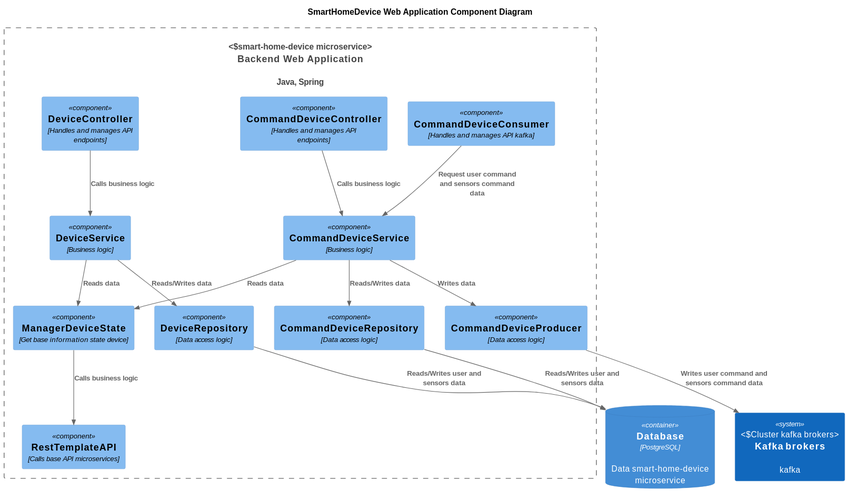
Before: microservices/diagrams/component/Smart-home-device_Component-SmartHomeDevice_Web_Application_Component_Diagram.svg, a diagram exported from PlantUML (pululun/pululun-architecture-sprint-3).
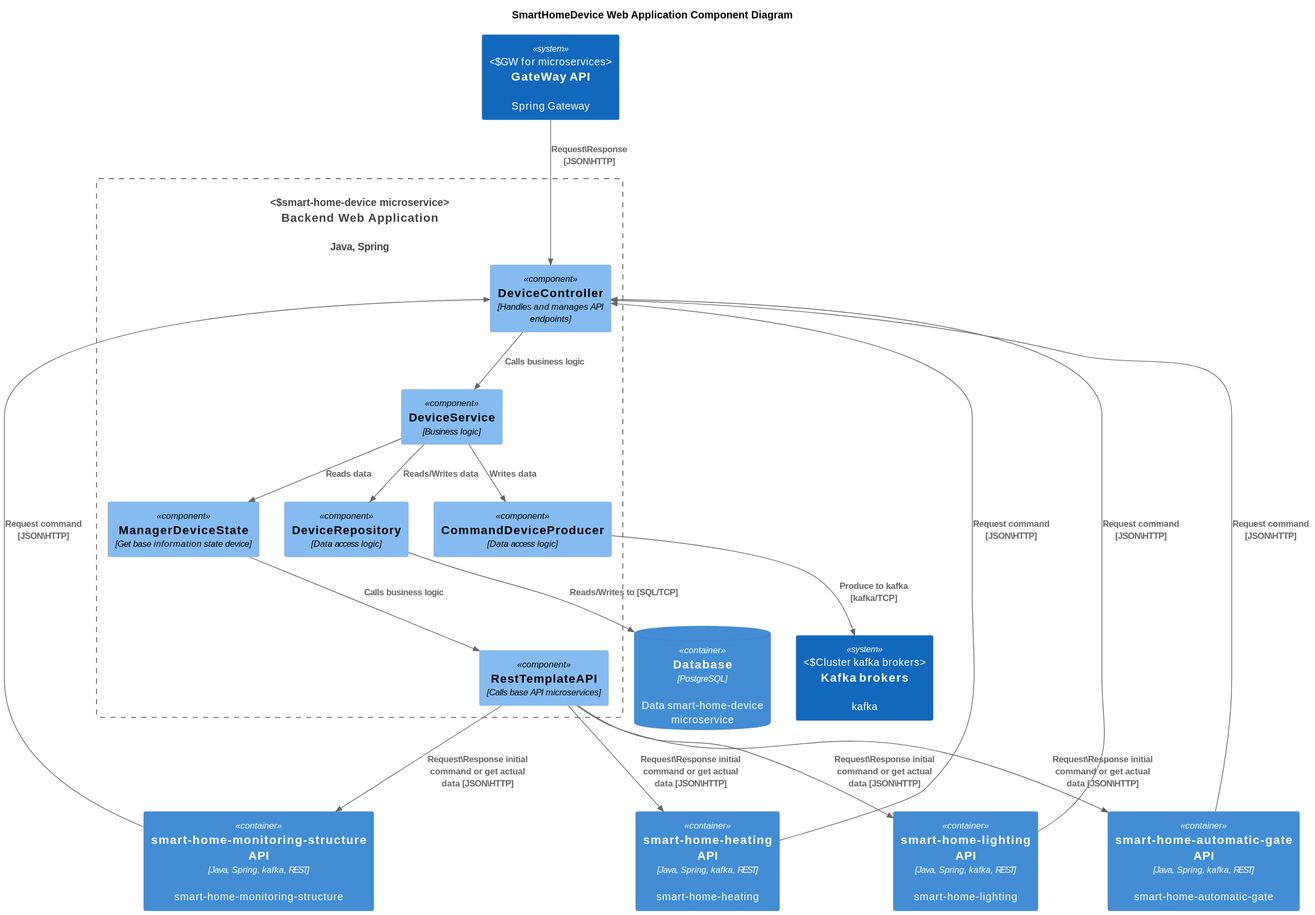
After the commit.

The edit, as a diff of the source:
```diff
@@ -7,16 +7,17 @@
 
 System(WebApp, "Backend Web Application", "Java, Spring", "smart-home-device microservice")
 ContainerDb(Database, "Database", "PostgreSQL", "Data smart-home-device microservice")
+System(gw, "GateWay API", "Spring Gateway", "GW for microservices")
 System(Kafka, "Kafka brokers", "kafka", "Cluster kafka brokers")
+Container(SmartHomeHeating, "smart-home-heating API", "Java, Spring, kafka, REST", "smart-home-heating")
+Container(SmartHomeAutomaticGate, "smart-home-automatic-gate API", "Java, Spring, kafka, REST", "smart-home-automatic-gate")
+Container(SmartHomeMonitoringStructure, "smart-home-monitoring-structure API", "Java, Spring, kafka, REST", "smart-home-monitoring-structure")
+Container(SmartHomeLighting, "smart-home-lighting API", "Java, Spring, kafka, REST", "smart-home-lighting")
 
 Container_Boundary(WebApp, "Backend Web Application") {
   Component(DeviceController, "DeviceController", "Handles and manages API endpoints")
   Component(DeviceService, "DeviceService", "Business logic")
   Component(DeviceRepository, "DeviceRepository", "Data access logic")
-  Component(CommandDeviceController, "CommandDeviceController", "Handles and manages API endpoints")
-  Component(CommandDeviceConsumer, "CommandDeviceConsumer", "Handles and manages API kafka")
-  Component(CommandDeviceService, "CommandDeviceService", "Business logic")
-  Component(CommandDeviceRepository, "CommandDeviceRepository", "Data access logic")
   Component(CommandDeviceProducer, "CommandDeviceProducer", "Data access logic")
   Component(ManagerDeviceState, "ManagerDeviceState", "Get base information state device")
   Component(RestTemplateAPI, "RestTemplateAPI", "Calls base API microservices")
@@ -25,13 +26,17 @@
 Rel(DeviceController,DeviceService,"Calls business logic")
 Rel(ManagerDeviceState,RestTemplateAPI,"Calls business logic")
 Rel(DeviceService,DeviceRepository,"Reads/Writes data")
-Rel(CommandDeviceService,ManagerDeviceState,"Reads data")
-Rel(DeviceRepository,Database,"Reads/Writes user and sensors data")
-Rel(CommandDeviceController,CommandDeviceService,"Calls business logic")
-Rel(CommandDeviceConsumer,CommandDeviceService,"Request user command and sensors command data")
-Rel(CommandDeviceService,CommandDeviceRepository,"Reads/Writes data")
-Rel(CommandDeviceService,CommandDeviceProducer,"Writes data")
-Rel(CommandDeviceRepository,Database,"Reads/Writes user and sensors data")
-Rel(CommandDeviceProducer,Kafka,"Writes user command and sensors command data")
+Rel(DeviceRepository,Database,"Reads/Writes to [SQL/TCP]")
+Rel(DeviceService,CommandDeviceProducer,"Writes data")
+Rel(CommandDeviceProducer,Kafka,"Produce to kafka [kafka/TCP]")
 Rel(DeviceService,ManagerDeviceState,"Reads data")
+Rel(gw,DeviceController,"Request\Response [JSON\HTTP]")
+Rel(SmartHomeHeating,DeviceController,"Request command [JSON\HTTP]")
+Rel(SmartHomeAutomaticGate,DeviceController,"Request command [JSON\HTTP]")
+Rel(SmartHomeMonitoringStructure,DeviceController,"Request command [JSON\HTTP]")
+Rel(SmartHomeLighting,DeviceController,"Request command [JSON\HTTP]")
+Rel(RestTemplateAPI,SmartHomeHeating,"Request\Response initial command or get actual data [JSON\HTTP]")
+Rel(RestTemplateAPI,SmartHomeAutomaticGate,"Request\Response initial command or get actual data [JSON\HTTP]")
+Rel(RestTemplateAPI,SmartHomeMonitoringStructure,"Request\Response initial command or get actual data [JSON\HTTP]")
+Rel(RestTemplateAPI,SmartHomeLighting,"Request\Response initial command or get actual data [JSON\HTTP]")
 @enduml
```
